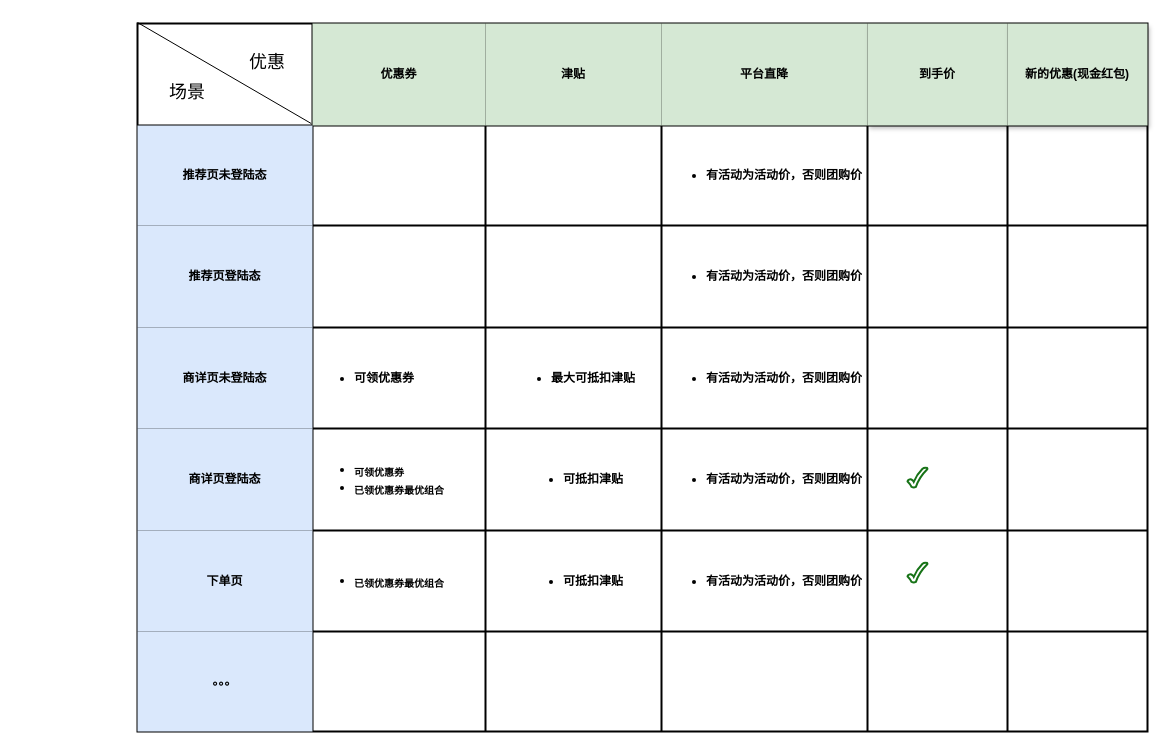
zengcrvip/basedemo keeps this draw.io diagram as page "价格场景" (2 of 31) of Untitled Diagram.drawio. Above is the earlier version. Source tidied: cells renumbered, new cells numbered last; positions are measured from the earlier drawing's top-left corner, leaving out a move shared by most shapes. Both pictures are drawn from the tidied source at 100%, with x=0, y=0 at pixel (137, 22).
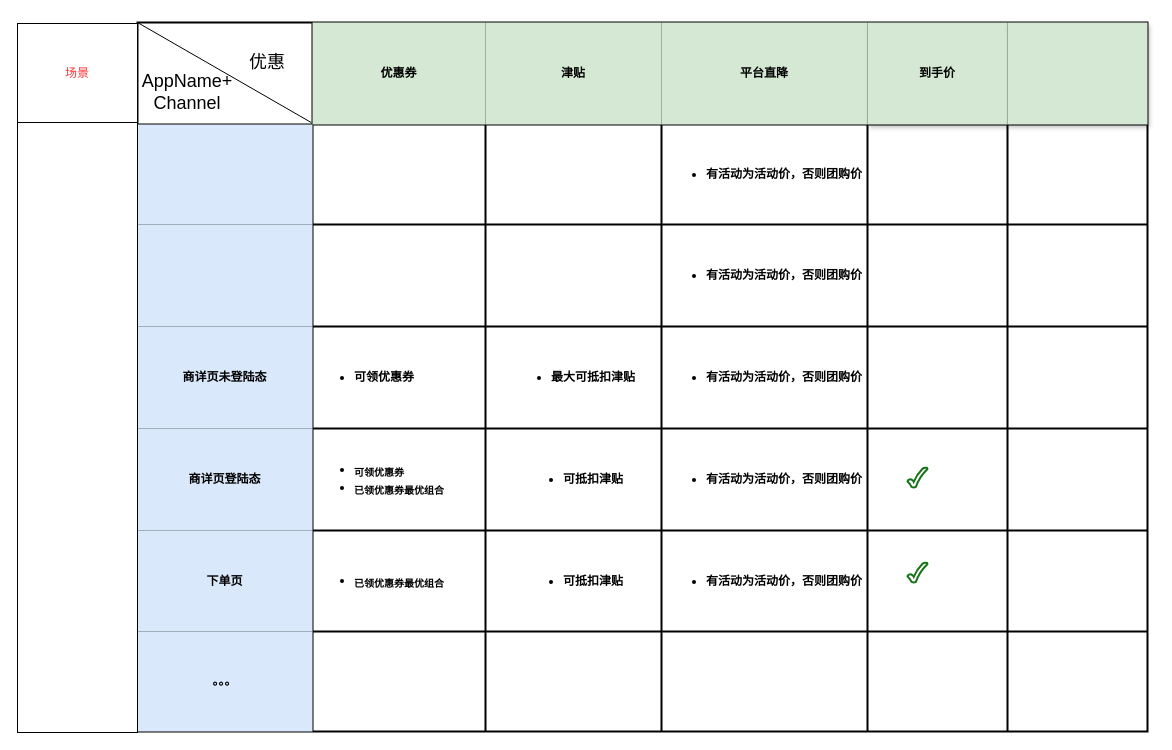
After the change.

Unchanged cells that the change refers to:
```xml
<mxCell id="3" style="shape=partialRectangle;html=1;whiteSpace=wrap;fillColor=none;top=0;left=0;bottom=0;right=0;fontStyle=1;strokeWidth=2;strokeColor=#FF3333;" parent="2" vertex="1">
  <mxGeometry width="1010" height="102" as="geometry" />
</mxCell>
<mxCell id="10" style="shape=partialRectangle;html=1;whiteSpace=wrap;fillColor=none;top=0;left=0;bottom=0;right=0;points=[[0,0.5],[1,0.5]];portConstraint=eastwest;fontStyle=1;strokeWidth=2;" parent="2" vertex="1">
  <mxGeometry y="102" width="1010" height="100" as="geometry" />
</mxCell>
<mxCell id="17" style="shape=partialRectangle;html=1;whiteSpace=wrap;fillColor=none;top=0;left=0;bottom=0;right=0;fontStyle=1;strokeWidth=2;" parent="2" vertex="1">
  <mxGeometry y="202" width="1010" height="102" as="geometry" />
</mxCell>
```

What changed in the source:
```diff
@@
     <mxCell id="2" style="shape=table;html=1;whiteSpace=wrap;startSize=0;childLayout=tableLayout;fontStyle=1;strokeWidth=2;" parent="1" vertex="1">
-      <mxGeometry y="1" width="1010" height="708" as="geometry" />
+      <mxGeometry width="1010" height="709" as="geometry" />
     </mxCell>
@@
-    <mxCell id="9" value="新的优惠(现金红包)" style="shape=partialRectangle;html=1;whiteSpace=wrap;overflow=hidden;fillColor=#d5e8d4;top=0;left=0;bottom=0;right=0;fontStyle=1;strokeWidth=2;shadow=1;sketch=0;" parent="3" vertex="1">
+    <mxCell id="9" style="shape=partialRectangle;html=1;whiteSpace=wrap;overflow=hidden;fillColor=#d5e8d4;top=0;left=0;bottom=0;right=0;fontStyle=1;strokeWidth=2;shadow=1;sketch=0;" parent="3" vertex="1">
       <mxGeometry x="870" width="140" height="102" as="geometry" />
     </mxCell>
@@
-    <mxCell id="11" value="推荐页未登陆态" style="shape=partialRectangle;html=1;whiteSpace=wrap;overflow=hidden;fillColor=#dae8fc;top=0;left=0;bottom=0;right=0;fontStyle=1;strokeColor=#6c8ebf;strokeWidth=2;" parent="10" vertex="1">
+    <mxCell id="11" style="shape=partialRectangle;html=1;whiteSpace=wrap;overflow=hidden;fillColor=#dae8fc;top=0;left=0;bottom=0;right=0;fontStyle=1;strokeColor=#6c8ebf;strokeWidth=2;" parent="10" vertex="1">
       <mxGeometry width="175" height="100" as="geometry" />
     </mxCell>
@@
-    <mxCell id="18" value="推荐页登陆态" style="shape=partialRectangle;html=1;whiteSpace=wrap;overflow=hidden;fillColor=#dae8fc;top=0;left=0;bottom=0;right=0;fontStyle=1;strokeColor=#6c8ebf;strokeWidth=2;" parent="17" vertex="1">
+    <mxCell id="18" style="shape=partialRectangle;html=1;whiteSpace=wrap;overflow=hidden;fillColor=#dae8fc;top=0;left=0;bottom=0;right=0;fontStyle=1;strokeColor=#6c8ebf;strokeWidth=2;" parent="17" vertex="1">
       <mxGeometry width="175" height="102" as="geometry" />
     </mxCell>
@@
     <mxCell id="24" style="shape=partialRectangle;html=1;whiteSpace=wrap;fillColor=none;top=0;left=0;bottom=0;right=0;fontStyle=1;strokeWidth=2;" parent="2" vertex="1">
-      <mxGeometry y="304" width="1010" height="101" as="geometry" />
+      <mxGeometry y="304" width="1010" height="102" as="geometry" />
     </mxCell>
     <mxCell id="25" value="商详页未登陆态" style="shape=partialRectangle;html=1;whiteSpace=wrap;overflow=hidden;top=0;left=0;bottom=0;right=0;fontStyle=1;strokeWidth=2;fillColor=#DAE8FC;dashed=1;" parent="24" vertex="1">
-      <mxGeometry width="175" height="101" as="geometry" />
+      <mxGeometry width="175" height="102" as="geometry" />
     </mxCell>
     <mxCell id="26" value="&lt;ul&gt;&lt;li&gt;可领优惠券&lt;/li&gt;&lt;/ul&gt;" style="shape=partialRectangle;html=1;whiteSpace=wrap;overflow=hidden;fillColor=none;top=0;left=0;bottom=0;right=0;align=left;fontStyle=1;strokeWidth=2;" parent="24" vertex="1">
-      <mxGeometry x="175" width="173" height="101" as="geometry" />
+      <mxGeometry x="175" width="173" height="102" as="geometry" />
     </mxCell>
     <mxCell id="27" value="&lt;ul&gt;&lt;li&gt;最大可抵扣津贴&lt;/li&gt;&lt;/ul&gt;" style="shape=partialRectangle;html=1;whiteSpace=wrap;overflow=hidden;fillColor=none;top=0;left=0;bottom=0;right=0;fontStyle=1;strokeWidth=2;" parent="24" vertex="1">
-      <mxGeometry x="348" width="176" height="101" as="geometry" />
+      <mxGeometry x="348" width="176" height="102" as="geometry" />
     </mxCell>
     <mxCell id="28" value="&lt;ul&gt;&lt;li&gt;有活动为活动价，否则团购价&lt;/li&gt;&lt;/ul&gt;" style="shape=partialRectangle;html=1;whiteSpace=wrap;overflow=hidden;fillColor=none;top=0;left=0;bottom=0;right=0;fontStyle=1;strokeWidth=2;" parent="24" vertex="1">
-      <mxGeometry x="524" width="206" height="101" as="geometry" />
+      <mxGeometry x="524" width="206" height="102" as="geometry" />
     </mxCell>
     <mxCell id="29" style="shape=partialRectangle;html=1;whiteSpace=wrap;overflow=hidden;fillColor=none;top=0;left=0;bottom=0;right=0;fontStyle=1;strokeWidth=2;" parent="24" vertex="1">
-      <mxGeometry x="730" width="140" height="101" as="geometry" />
+      <mxGeometry x="730" width="140" height="102" as="geometry" />
     </mxCell>
     <mxCell id="30" style="shape=partialRectangle;html=1;whiteSpace=wrap;overflow=hidden;fillColor=none;top=0;left=0;bottom=0;right=0;fontStyle=1;strokeWidth=2;" parent="24" vertex="1">
-      <mxGeometry x="870" width="140" height="101" as="geometry" />
+      <mxGeometry x="870" width="140" height="102" as="geometry" />
     </mxCell>
     <mxCell id="31" style="shape=partialRectangle;html=1;whiteSpace=wrap;fillColor=none;top=0;left=0;bottom=0;right=0;fontStyle=1;strokeWidth=2;" parent="2" vertex="1">
-      <mxGeometry y="405" width="1010" height="102" as="geometry" />
+      <mxGeometry y="406" width="1010" height="102" as="geometry" />
     </mxCell>
@@
     <mxCell id="38" style="shape=partialRectangle;html=1;whiteSpace=wrap;fillColor=none;top=0;left=0;bottom=0;right=0;fontStyle=1;strokeWidth=2;" parent="2" vertex="1">
-      <mxGeometry y="507" width="1010" height="101" as="geometry" />
+      <mxGeometry y="508" width="1010" height="101" as="geometry" />
     </mxCell>
@@
     <mxCell id="45" style="shape=partialRectangle;html=1;whiteSpace=wrap;fillColor=none;top=0;left=0;bottom=0;right=0;fontStyle=1;strokeWidth=2;" parent="2" vertex="1">
-      <mxGeometry y="608" width="1010" height="100" as="geometry" />
+      <mxGeometry y="609" width="1010" height="100" as="geometry" />
     </mxCell>
@@
-    <mxCell id="55" value="&lt;font color=&quot;#000000&quot; style=&quot;font-size: 18px&quot;&gt;场景&lt;/font&gt;" style="text;html=1;strokeColor=none;fillColor=none;align=center;verticalAlign=middle;whiteSpace=wrap;rounded=0;shadow=1;sketch=0;fontColor=#FF3333;" parent="1" vertex="1">
+    <mxCell id="55" value="&lt;font color=&quot;#000000&quot; style=&quot;font-size: 18px&quot;&gt;AppName+&lt;br&gt;Channel&lt;br&gt;&lt;/font&gt;" style="text;html=1;strokeColor=none;fillColor=none;align=center;verticalAlign=middle;whiteSpace=wrap;rounded=0;shadow=1;sketch=0;fontColor=#FF3333;" parent="1" vertex="1">
       <mxGeometry x="30" y="60" width="40" height="20" as="geometry" />
     </mxCell>
@@
+    <mxCell id="57" style="rounded=0;whiteSpace=wrap;html=1;fontColor=#FF3333;align=left;" parent="1" vertex="1">
+      <mxGeometry x="-120" y="1" width="120" height="709" as="geometry" />
+    </mxCell>
+    <mxCell id="58" value="场景" style="rounded=0;whiteSpace=wrap;html=1;fontColor=#FF3333;align=center;" parent="1" vertex="1">
+      <mxGeometry x="-120" y="1" width="120" height="99" as="geometry" />
+    </mxCell>
```
